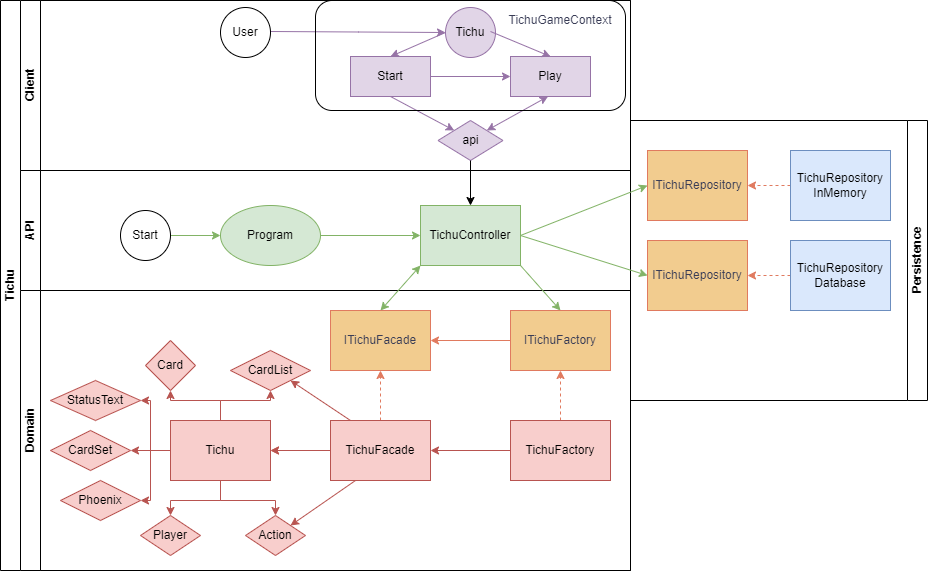
Above: architecture-diagram.drawio source.png in gerritmatthijs/ip-sogyo (draw.io), before the change. Source tidied: cells renumbered, new cells last; positions are measured from the earlier drawing's top-left corner, leaving out a move shared by most shapes.
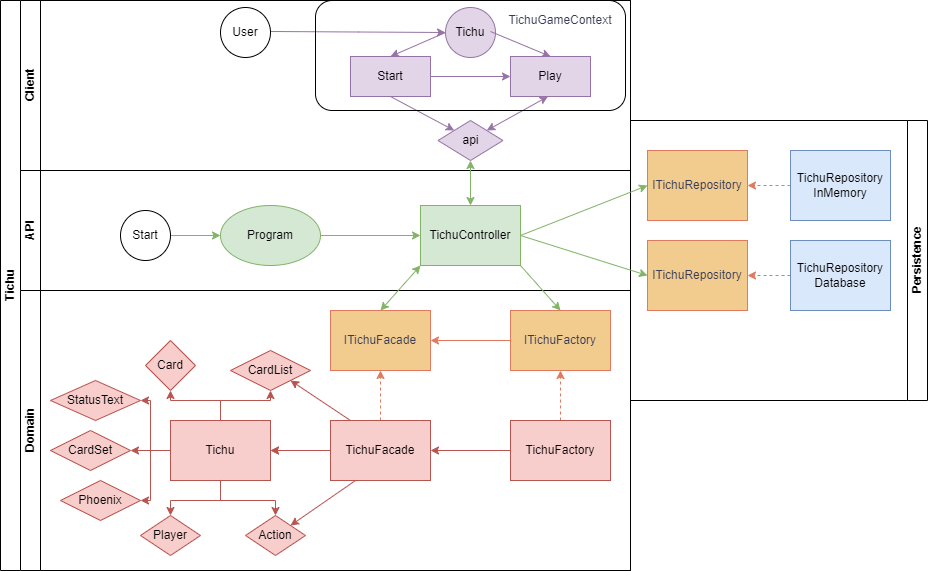
Later version of the same file.

Commit message:
Small update to architecture diagram

What changed in the source:
```diff
@@ -162,9 +162,9 @@
     <mxCell id="50" style="endArrow=classic;startArrow=classic;html=1;rounded=0;strokeColor=#82b366;fontColor=#393C56;fillColor=#d5e8d4;entryX=0;entryY=1;entryDx=0;entryDy=0;exitX=0.5;exitY=0;exitDx=0;exitDy=0;" parent="2" edge="1" source="22" target="16">
       <mxGeometry relative="1" as="geometry" />
     </mxCell>
-    <mxCell id="51" style="edgeStyle=orthogonalEdgeStyle;rounded=0;jettySize=auto;html=1;" parent="2" edge="1" source="12" target="16">
-      <mxGeometry relative="1" as="geometry" />
-    </mxCell>
+    <mxCell id="63" style="endArrow=classic;startArrow=classic;html=1;rounded=0;entryX=0.5;entryY=1;entryDx=0;entryDy=0;exitX=0.5;exitY=0;exitDx=0;exitDy=0;fillColor=#d5e8d4;strokeColor=#82b366;" parent="2" edge="1" source="16" target="12">
+      <mxGeometry relative="1" as="geometry" />
+    </mxCell>
     <mxCell id="52" value="Persistence" style="swimlane;html=1;startSize=20;horizontal=0;labelBackgroundColor=none;direction=west;" parent="1" vertex="1">
       <mxGeometry x="630" y="120" width="297" height="280" as="geometry" />
     </mxCell>
```
